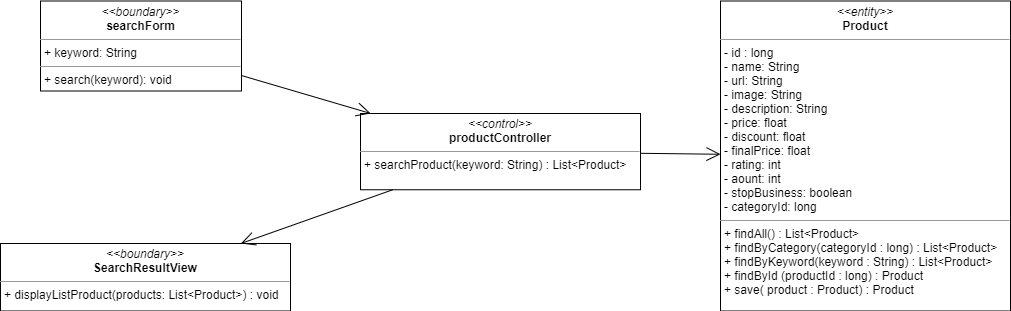
Above: image-class/search-product-class-diagram.png in nguyenphamvan/datn_20202 (draw.io), before the change. Source tidied: cells renumbered, new cells last; positions are measured from the earlier drawing's top-left corner, leaving out a move shared by most shapes.
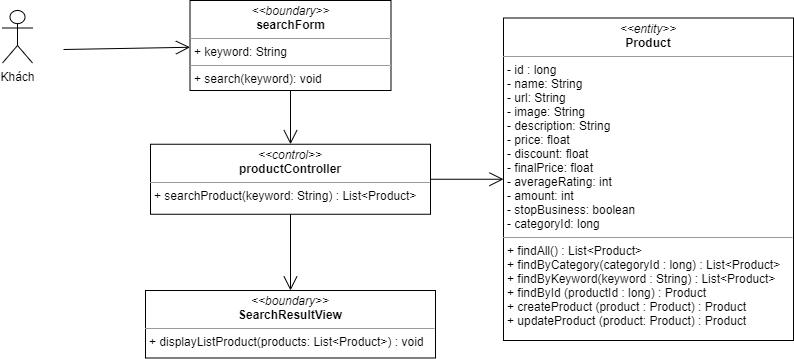
Later version of the same file.

What changed in the source:
```diff
@@ -3,16 +3,16 @@
     <mxCell id="0" />
     <mxCell id="1" parent="0" />
     <mxCell id="2" value="&lt;p style=&quot;margin: 0px ; margin-top: 4px ; text-align: center&quot;&gt;&lt;i&gt;&amp;lt;&amp;lt;boundary&amp;gt;&amp;gt;&lt;/i&gt;&lt;br&gt;&lt;b&gt;SearchResultView&lt;/b&gt;&lt;/p&gt;&lt;hr size=&quot;1&quot;&gt;&lt;p style=&quot;margin: 0px ; margin-left: 4px&quot;&gt;&lt;span&gt;+ displayListProduct(products: List&amp;lt;Product&amp;gt;) : void&lt;/span&gt;&lt;br&gt;&lt;/p&gt;" style="verticalAlign=top;align=left;overflow=fill;fontSize=12;fontFamily=Helvetica;html=1;" parent="1" vertex="1">
-      <mxGeometry y="242" width="290" height="67.5" as="geometry" />
+      <mxGeometry x="362" y="272" width="290" height="67.5" as="geometry" />
     </mxCell>
     <mxCell id="3" value="&lt;p style=&quot;margin: 0px ; margin-top: 4px ; text-align: center&quot;&gt;&lt;i&gt;&amp;lt;&amp;lt;boundary&amp;gt;&amp;gt;&lt;/i&gt;&lt;br&gt;&lt;b&gt;searchForm&lt;/b&gt;&lt;/p&gt;&lt;hr size=&quot;1&quot;&gt;&lt;p style=&quot;margin: 0px ; margin-left: 4px&quot;&gt;+ keyword: String&lt;/p&gt;&lt;hr size=&quot;1&quot;&gt;&lt;p style=&quot;margin: 0px ; margin-left: 4px&quot;&gt;+ search(keyword): void&lt;/p&gt;" style="verticalAlign=top;align=left;overflow=fill;fontSize=12;fontFamily=Helvetica;html=1;" parent="1" vertex="1">
-      <mxGeometry x="40" y="-0.5" width="201" height="90" as="geometry" />
+      <mxGeometry x="406.5" y="-18" width="201" height="90" as="geometry" />
     </mxCell>
     <mxCell id="4" value="&lt;p style=&quot;margin: 0px ; margin-top: 4px ; text-align: center&quot;&gt;&lt;i&gt;&amp;lt;&amp;lt;control&amp;gt;&amp;gt;&lt;/i&gt;&lt;br&gt;&lt;b&gt;productController&lt;/b&gt;&lt;/p&gt;&lt;hr size=&quot;1&quot;&gt;&lt;p style=&quot;margin: 0px ; margin-left: 4px&quot;&gt;&lt;span&gt;+ searchProduct(keyword: String) : List&amp;lt;Product&amp;gt;&lt;/span&gt;&lt;br&gt;&lt;/p&gt;" style="verticalAlign=top;align=left;overflow=fill;fontSize=12;fontFamily=Helvetica;html=1;" parent="1" vertex="1">
-      <mxGeometry x="360" y="112" width="280" height="76.2" as="geometry" />
+      <mxGeometry x="367" y="125.8" width="280" height="70" as="geometry" />
     </mxCell>
-    <mxCell id="5" value="&lt;p style=&quot;margin: 0px ; margin-top: 4px ; text-align: center&quot;&gt;&lt;i&gt;&amp;lt;&amp;lt;entity&amp;gt;&amp;gt;&lt;/i&gt;&lt;br&gt;&lt;b&gt;Product&lt;/b&gt;&lt;/p&gt;&lt;hr size=&quot;1&quot;&gt;&lt;p style=&quot;margin: 0px ; margin-left: 4px&quot;&gt;- id : long&lt;/p&gt;&lt;p style=&quot;margin: 0px ; margin-left: 4px&quot;&gt;- name: String&lt;br&gt;- url: String&lt;/p&gt;&lt;p style=&quot;margin: 0px ; margin-left: 4px&quot;&gt;- image: String&lt;/p&gt;&lt;p style=&quot;margin: 0px ; margin-left: 4px&quot;&gt;- description: String&lt;/p&gt;&lt;p style=&quot;margin: 0px ; margin-left: 4px&quot;&gt;- price: float&lt;/p&gt;&lt;p style=&quot;margin: 0px ; margin-left: 4px&quot;&gt;- discount: float&lt;/p&gt;&lt;p style=&quot;margin: 0px ; margin-left: 4px&quot;&gt;- finalPrice: float&lt;/p&gt;&lt;p style=&quot;margin: 0px ; margin-left: 4px&quot;&gt;- rating: int&lt;/p&gt;&lt;p style=&quot;margin: 0px ; margin-left: 4px&quot;&gt;- aount: int&lt;/p&gt;&lt;p style=&quot;margin: 0px ; margin-left: 4px&quot;&gt;- stopBusiness: boolean&lt;/p&gt;&lt;p style=&quot;margin: 0px ; margin-left: 4px&quot;&gt;- categoryId: long&lt;/p&gt;&lt;hr size=&quot;1&quot;&gt;&lt;p style=&quot;margin: 0px ; margin-left: 4px&quot;&gt;+ findAll() : List&amp;lt;Product&amp;gt;&lt;/p&gt;&lt;p style=&quot;margin: 0px ; margin-left: 4px&quot;&gt;+ findByCategory(categoryId : long) : List&amp;lt;Product&amp;gt;&lt;/p&gt;&lt;p style=&quot;margin: 0px ; margin-left: 4px&quot;&gt;+ findByKeyword(keyword : String) : List&amp;lt;Product&amp;gt;&lt;/p&gt;&lt;p style=&quot;margin: 0px ; margin-left: 4px&quot;&gt;+ findById (productId : long) : Product&lt;/p&gt;&lt;p style=&quot;margin: 0px ; margin-left: 4px&quot;&gt;+ save( product : Product) : Product&lt;/p&gt;" style="verticalAlign=top;align=left;overflow=fill;fontSize=12;fontFamily=Helvetica;html=1;" parent="1" vertex="1">
-      <mxGeometry x="720" y="-0.5" width="290" height="310" as="geometry" />
+    <mxCell id="5" value="&lt;p style=&quot;margin: 0px ; margin-top: 4px ; text-align: center&quot;&gt;&lt;i&gt;&amp;lt;&amp;lt;entity&amp;gt;&amp;gt;&lt;/i&gt;&lt;br&gt;&lt;b&gt;Product&lt;/b&gt;&lt;/p&gt;&lt;hr size=&quot;1&quot;&gt;&lt;p style=&quot;margin: 0px ; margin-left: 4px&quot;&gt;- id : long&lt;/p&gt;&lt;p style=&quot;margin: 0px ; margin-left: 4px&quot;&gt;- name: String&lt;br&gt;- url: String&lt;/p&gt;&lt;p style=&quot;margin: 0px ; margin-left: 4px&quot;&gt;- image: String&lt;/p&gt;&lt;p style=&quot;margin: 0px ; margin-left: 4px&quot;&gt;- description: String&lt;/p&gt;&lt;p style=&quot;margin: 0px ; margin-left: 4px&quot;&gt;- price: float&lt;/p&gt;&lt;p style=&quot;margin: 0px ; margin-left: 4px&quot;&gt;- discount: float&lt;/p&gt;&lt;p style=&quot;margin: 0px ; margin-left: 4px&quot;&gt;- finalPrice: float&lt;/p&gt;&lt;p style=&quot;margin: 0px ; margin-left: 4px&quot;&gt;- averageRating: int&lt;/p&gt;&lt;p style=&quot;margin: 0px ; margin-left: 4px&quot;&gt;- amount: int&lt;/p&gt;&lt;p style=&quot;margin: 0px ; margin-left: 4px&quot;&gt;- stopBusiness: boolean&lt;/p&gt;&lt;p style=&quot;margin: 0px ; margin-left: 4px&quot;&gt;- categoryId: long&lt;/p&gt;&lt;hr size=&quot;1&quot;&gt;&lt;p style=&quot;margin: 0px 0px 0px 4px&quot;&gt;+ findAll() : List&amp;lt;Product&amp;gt;&lt;/p&gt;&lt;p style=&quot;margin: 0px 0px 0px 4px&quot;&gt;+ findByCategory(categoryId : long) : List&amp;lt;Product&amp;gt;&lt;/p&gt;&lt;p style=&quot;margin: 0px 0px 0px 4px&quot;&gt;+ findByKeyword(keyword : String) : List&amp;lt;Product&amp;gt;&lt;/p&gt;&lt;p style=&quot;margin: 0px 0px 0px 4px&quot;&gt;+ findById (productId : long) : Product&lt;/p&gt;&lt;p style=&quot;margin: 0px 0px 0px 4px&quot;&gt;+ createProduct (product : Product) : Product&lt;/p&gt;&lt;p style=&quot;margin: 0px 0px 0px 4px&quot;&gt;+ updateProduct (product: Product) : Product&lt;/p&gt;" style="verticalAlign=top;align=left;overflow=fill;fontSize=12;fontFamily=Helvetica;html=1;" parent="1" vertex="1">
+      <mxGeometry x="720" y="-0.5" width="290" height="322.5" as="geometry" />
     </mxCell>
     <mxCell id="6" style="endArrow=open;endFill=1;endSize=12;html=1;" parent="1" edge="1" source="3" target="4">
       <mxGeometry relative="1" as="geometry" />
@@ -23,5 +23,13 @@
     <mxCell id="8" style="endArrow=open;endFill=1;endSize=12;html=1;" parent="1" edge="1" source="4" target="2">
       <mxGeometry relative="1" as="geometry" />
     </mxCell>
+    <mxCell id="9" value="Khách&lt;br&gt;" style="shape=umlActor;verticalLabelPosition=bottom;verticalAlign=top;html=1;" parent="1" vertex="1">
+      <mxGeometry x="219" y="-8" width="30" height="52.5" as="geometry" />
+    </mxCell>
+    <mxCell id="10" style="endArrow=open;endFill=1;endSize=12;html=1;" parent="1" edge="1" target="3">
+      <mxGeometry relative="1" as="geometry">
+        <mxPoint x="280" y="31" as="sourcePoint" />
+      </mxGeometry>
+    </mxCell>
   </root>
 </mxGraphModel>
```
